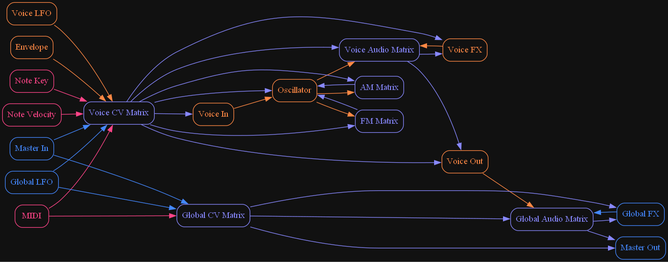
Before: static/routing_overview.png, a diagram exported from Graphviz (sjoerdvankreel/firefly-synth). Its source is kept beside it as static/routing_overview.dot.
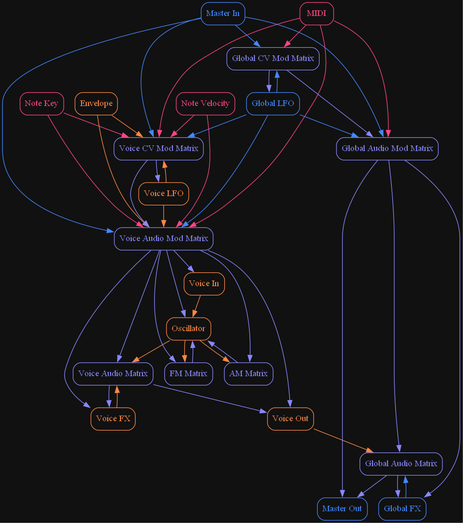
Above is the later version.

What changed in the source:
```diff
@@ -1,5 +1,4 @@
 digraph Synth {
-  rankdir="LR";
   bgcolor="#111111";
 
   comment="External Nodes"
@@ -24,16 +23,22 @@
   comment="Matrix Nodes"
   "AM Matrix" [shape="rect", style="rounded", color="#8888FF", fontcolor="#8888FF"]
   "FM Matrix" [shape="rect", style="rounded", color="#8888FF", fontcolor="#8888FF"]
-  "Voice CV Matrix" [shape="rect", style="rounded", color="#8888FF", fontcolor="#8888FF"]
   "Voice Audio Matrix" [shape="rect", style="rounded", color="#8888FF", fontcolor="#8888FF"]
-  "Global CV Matrix" [shape="rect", style="rounded", color="#8888FF", fontcolor="#8888FF"]
+  "Voice CV Mod Matrix" [shape="rect", style="rounded", color="#8888FF", fontcolor="#8888FF"]
+  "Voice Audio Mod Matrix" [shape="rect", style="rounded", color="#8888FF", fontcolor="#8888FF"]
   "Global Audio Matrix" [shape="rect", style="rounded", color="#8888FF", fontcolor="#8888FF"]
+  "Global CV Mod Matrix" [shape="rect", style="rounded", color="#8888FF", fontcolor="#8888FF"]
+  "Global Audio Mod Matrix" [shape="rect", style="rounded", color="#8888FF", fontcolor="#8888FF"]
 
   comment="External edges"
-  "MIDI" -> "Voice CV Matrix" [color="#FF4488"]
-  "MIDI" -> "Global CV Matrix" [color="#FF4488"]
-  "Note Key" -> "Voice CV Matrix" [color="#FF4488"]
-  "Note Velocity" -> "Voice CV Matrix" [color="#FF4488"]
+  "MIDI" -> "Voice CV Mod Matrix" [color="#FF4488"]
+  "MIDI" -> "Global CV Mod Matrix" [color="#FF4488"]
+  "MIDI" -> "Voice Audio Mod Matrix" [color="#FF4488"]
+  "MIDI" -> "Global Audio Mod Matrix" [color="#FF4488"]
+  "Note Key" -> "Voice CV Mod Matrix" [color="#FF4488"]
+  "Note Velocity" -> "Voice CV Mod Matrix" [color="#FF4488"]
+  "Note Key" -> "Voice Audio Mod Matrix" [color="#FF4488"]
+  "Note Velocity" -> "Voice Audio Mod Matrix" [color="#FF4488"]
 
   comment="Voice edges"
   "Oscillator" -> "AM Matrix" [color="#FF8844"]
@@ -41,16 +46,22 @@
   "Oscillator" -> "Voice Audio Matrix" [color="#FF8844"]
   "Voice FX" -> "Voice Audio Matrix" [color="#FF8844"]
   "Voice Out" -> "Global Audio Matrix" [color="#FF8844"]
-  "Envelope" -> "Voice CV Matrix" [color="#FF8844"]
-  "Voice LFO" -> "Voice CV Matrix" [color="#FF8844"]
   "Voice In" -> "Oscillator" [color="#FF8844"]
+  "Envelope" -> "Voice CV Mod Matrix" [color="#FF8844"]
+  "Voice LFO" -> "Voice CV Mod Matrix" [color="#FF8844"]
+  "Envelope" -> "Voice Audio Mod Matrix" [color="#FF8844"]
+  "Voice LFO" -> "Voice Audio Mod Matrix" [color="#FF8844"]
 
   comment="Global edges"
-  "Master In" -> "Global CV Matrix" [color="#4488FF"]
-  "Global LFO" -> "Global CV Matrix" [color="#4488FF"]
-  "Master In" -> "Voice CV Matrix" [color="#4488FF"]
-  "Global LFO" -> "Voice CV Matrix" [color="#4488FF"]
   "Global FX" -> "Global Audio Matrix" [color="#4488FF"]
+  "Master In" -> "Global CV Mod Matrix" [color="#4488FF"]
+  "Global LFO" -> "Global CV Mod Matrix" [color="#4488FF"]
+  "Master In" -> "Voice CV Mod Matrix" [color="#4488FF"]
+  "Global LFO" -> "Voice CV Mod Matrix" [color="#4488FF"]
+  "Master In" -> "Global Audio Mod Matrix" [color="#4488FF"]
+  "Global LFO" -> "Global Audio Mod Matrix" [color="#4488FF"]
+  "Master In" -> "Voice Audio Mod Matrix" [color="#4488FF"]
+  "Global LFO" -> "Voice Audio Mod Matrix" [color="#4488FF"]
 
   comment="Matrix edges"
   "AM Matrix" -> "Oscillator" [color="#8888FF"]
@@ -59,14 +70,18 @@
   "Voice Audio Matrix" -> "Voice Out" [color="#8888FF"]
   "Global Audio Matrix" -> "Global FX" [color="#8888FF"]
   "Global Audio Matrix" -> "Master Out" [color="#8888FF"]
-  "Voice CV Matrix" -> "Voice In" [color="#8888FF"]
-  "Voice CV Matrix" -> "Oscillator" [color="#8888FF"]
-  "Voice CV Matrix" -> "AM Matrix" [color="#8888FF"]
-  "Voice CV Matrix" -> "FM Matrix" [color="#8888FF"]
-  "Voice CV Matrix" -> "Voice FX" [color="#8888FF"]
-  "Voice CV Matrix" -> "Voice Audio Matrix" [color="#8888FF"]
-  "Voice CV Matrix" -> "Voice Out" [color="#8888FF"]
-  "Global CV Matrix" -> "Master Out" [color="#8888FF"]
-  "Global CV Matrix" -> "Global FX" [color="#8888FF"]
-  "Global CV Matrix" -> "Global Audio Matrix" [color="#8888FF"]
+  "Voice Audio Mod Matrix" -> "Voice In" [color="#8888FF"]
+  "Voice Audio Mod Matrix" -> "Oscillator" [color="#8888FF"]
+  "Voice Audio Mod Matrix" -> "AM Matrix" [color="#8888FF"]
+  "Voice Audio Mod Matrix" -> "FM Matrix" [color="#8888FF"]
+  "Voice Audio Mod Matrix" -> "Voice FX" [color="#8888FF"]
+  "Voice Audio Mod Matrix" -> "Voice Audio Matrix" [color="#8888FF"]
+  "Voice Audio Mod Matrix" -> "Voice Out" [color="#8888FF"]
+  "Global Audio Mod Matrix" -> "Master Out" [color="#8888FF"]
+  "Global Audio Mod Matrix" -> "Global FX" [color="#8888FF"]
+  "Global Audio Mod Matrix" -> "Global Audio Matrix" [color="#8888FF"]
+  "Voice CV Mod Matrix" -> "Voice LFO" [color="#8888FF"]
+  "Voice CV Mod Matrix" -> "Voice Audio Mod Matrix" [color="#8888FF"]
+  "Global CV Mod Matrix" -> "Global LFO" [color="#8888FF"]
+  "Global CV Mod Matrix" -> "Global Audio Mod Matrix" [color="#8888FF"]
 }
```
